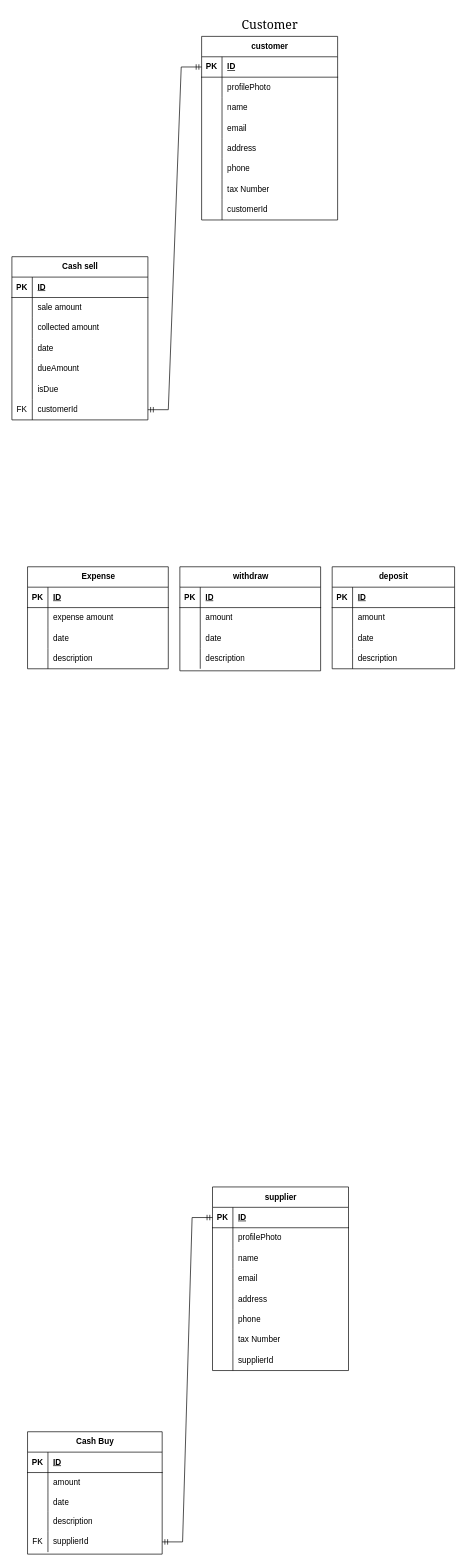
Earlier version of the draw.io diagram databases/diagram.drawio (devsrakib/esBook). Source tidied: cells renumbered, new cells numbered last; positions are measured from the earlier drawing's top-left corner, leaving out a move shared by most shapes. Both pictures are drawn from the tidied source at 68%, with x=0, y=0 at pixel (12, 12).
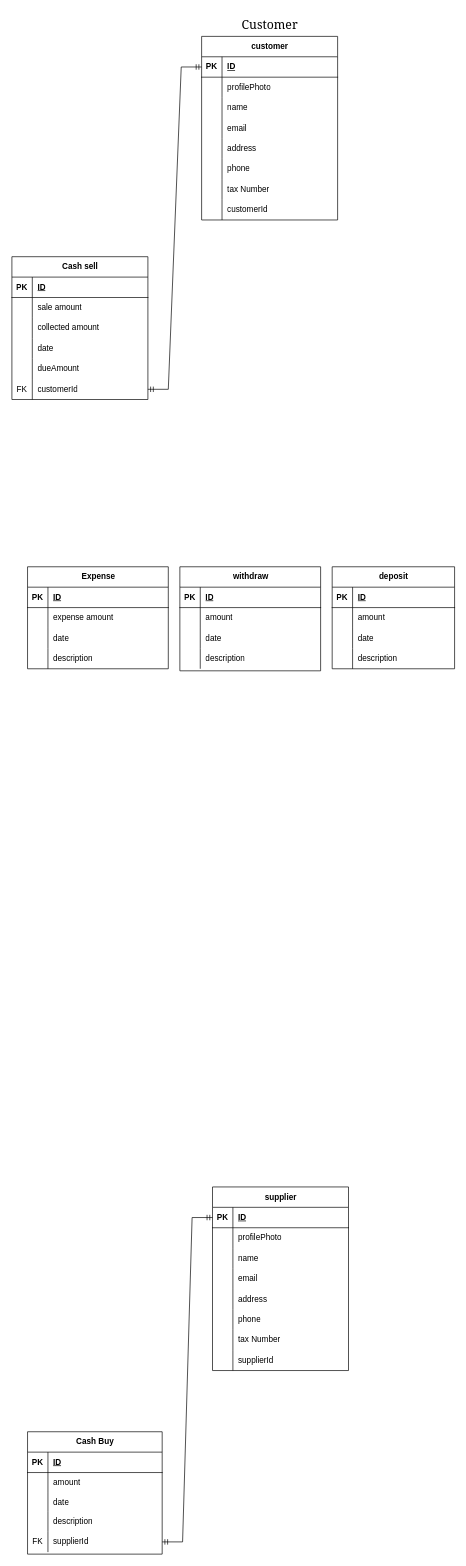
After the change.

Change to the diagram source:
```diff
@@
     <mxCell id="27" value="Cash sell" style="shape=table;startSize=30;childLayout=tableLayout;rowLines=0;fontStyle=1;align=center;html=1;" parent="1" vertex="1">
-      <mxGeometry y="360" width="200" height="240" as="geometry" />
+      <mxGeometry y="360" width="200" height="210" as="geometry" />
     </mxCell>
@@
-    <mxCell id="43" style="shape=tableRow;horizontal=0;startSize=0;swimlaneHead=0;swimlaneBody=0;fillColor=none;top=0;left=0;right=0;bottom=0;" parent="27" vertex="1">
-      <mxGeometry y="180" width="200" height="30" as="geometry" />
-    </mxCell>
-    <mxCell id="44" style="shape=partialRectangle;fillColor=none;top=0;left=0;bottom=0;right=0;overflow=hidden;whiteSpace=wrap;html=1;" parent="43" vertex="1">
-      <mxGeometry width="30" height="30" as="geometry" />
-    </mxCell>
-    <mxCell id="45" value="isDue" style="shape=partialRectangle;fillColor=none;top=0;left=0;bottom=0;right=0;align=left;spacingLeft=6;overflow=hidden;whiteSpace=wrap;html=1;" parent="43" vertex="1">
-      <mxGeometry x="30" width="170" height="30" as="geometry" />
-    </mxCell>
     <mxCell id="46" style="shape=tableRow;horizontal=0;startSize=0;swimlaneHead=0;swimlaneBody=0;fillColor=none;points=[[0,0.5],[1,0.5]];portConstraint=eastwest;top=0;left=0;right=0;bottom=0;" parent="27" vertex="1">
-      <mxGeometry y="210" width="200" height="30" as="geometry" />
+      <mxGeometry y="180" width="200" height="30" as="geometry" />
     </mxCell>
```
